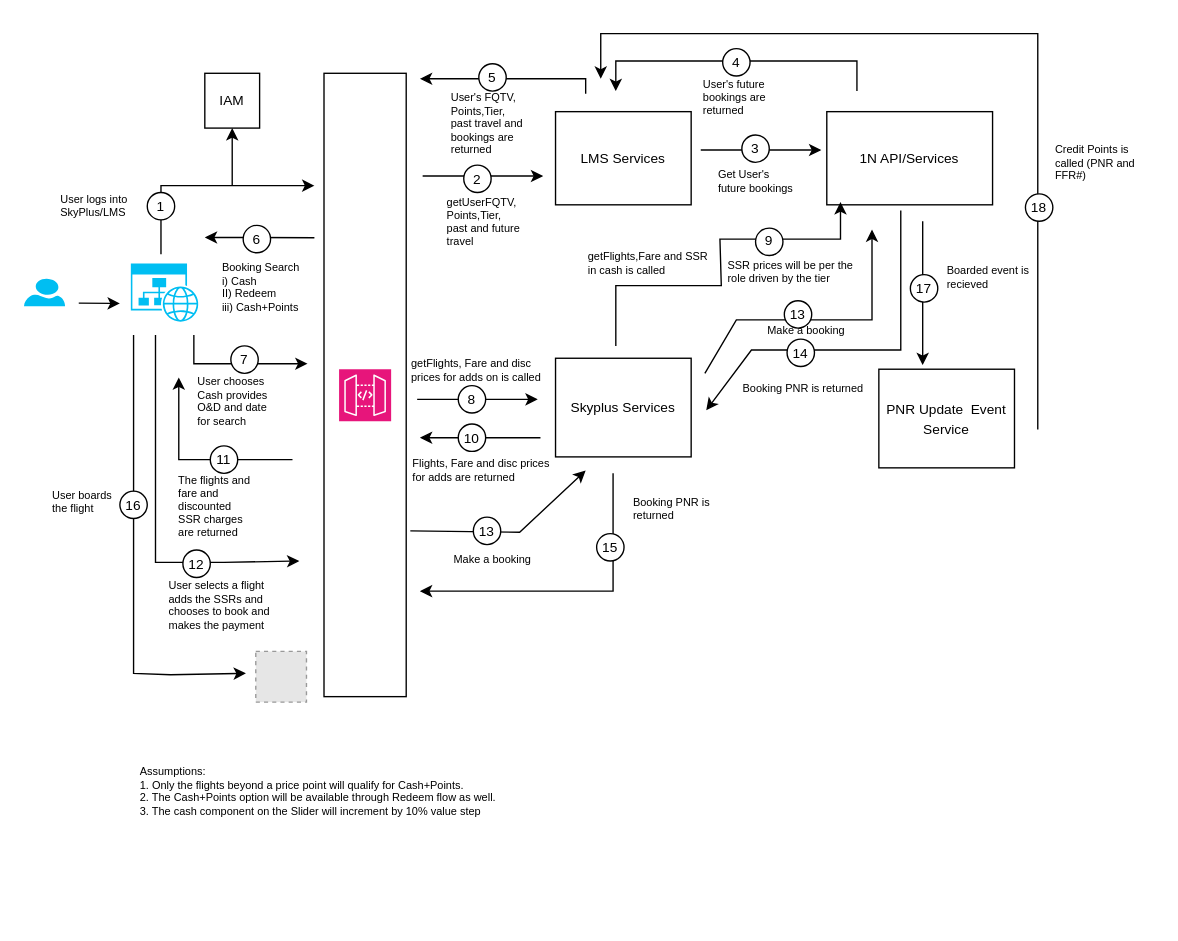
Before: page "Page-1" (1 of 3) of Earn LM Data Flow.drawio in nchauhan4/drawings, a draw.io diagram. Source tidied: cells renumbered, new cells numbered last; positions are measured from the earlier drawing's top-left corner, leaving out a move shared by most shapes. Both pictures are drawn from the tidied source at 137%, with x=0, y=0 at pixel (23, 33). Pictures stored in the file or linked from it are replaced by grey dashed boxes.
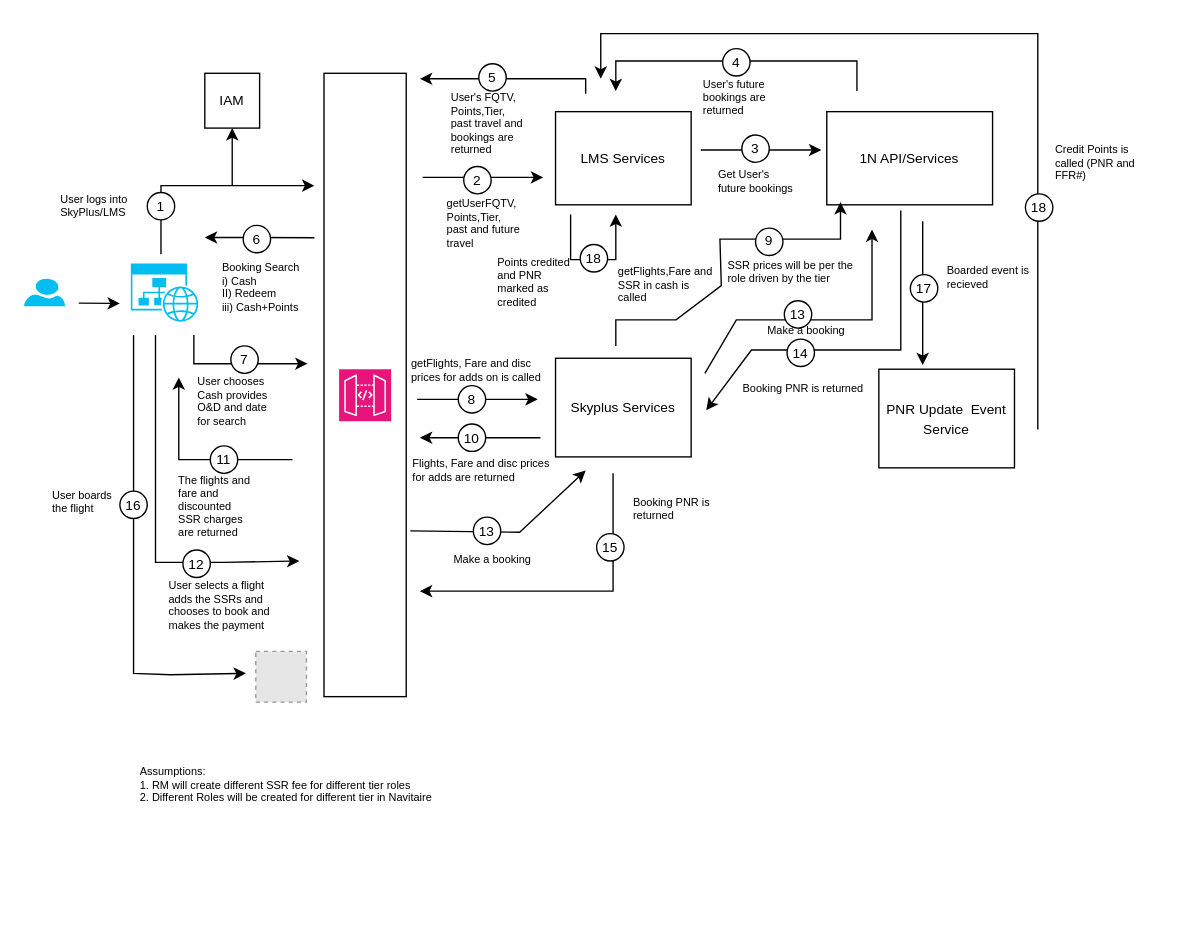
Above is the later version.

Change to the diagram source:
```diff
@@
     <mxCell id="23" style="endArrow=classic;html=1;rounded=0;" parent="1" edge="1">
       <mxGeometry relative="1" as="geometry">
-        <mxPoint x="291" y="104" as="sourcePoint" />
-        <mxPoint x="379" y="104" as="targetPoint" />
+        <mxPoint x="291" y="105" as="sourcePoint" />
+        <mxPoint x="379" y="105" as="targetPoint" />
       </mxGeometry>
     </mxCell>
@@
     <mxCell id="25" style="ellipse;whiteSpace=wrap;html=1;" parent="1" vertex="1">
-      <mxGeometry x="321" y="96" width="20" height="20" as="geometry" />
+      <mxGeometry x="321" y="97" width="20" height="20" as="geometry" />
     </mxCell>
     <mxCell id="26" value="&lt;font style=&quot;font-size: 10px;&quot;&gt;2&lt;/font&gt;" style="text;html=1;strokeColor=none;fillColor=none;align=center;verticalAlign=middle;whiteSpace=wrap;rounded=0;" parent="1" vertex="1">
-      <mxGeometry x="316" y="96" width="30" height="20" as="geometry" />
+      <mxGeometry x="316" y="97" width="30" height="20" as="geometry" />
     </mxCell>
     <mxCell id="27" value="getUserFQTV, Points,Tier, past and future travel" style="text;html=1;strokeColor=none;fillColor=none;align=left;verticalAlign=top;whiteSpace=wrap;rounded=0;fontSize=8;" parent="1" vertex="1">
-      <mxGeometry x="306.8" y="112" width="58.5" height="53" as="geometry" />
+      <mxGeometry x="306.8" y="113" width="58.5" height="53" as="geometry" />
     </mxCell>
     <mxCell id="28" value="getFlights,Fare and SSR in cash is called" style="text;html=1;strokeColor=none;fillColor=none;align=left;verticalAlign=top;whiteSpace=wrap;rounded=0;fontSize=8;" parent="1" vertex="1">
-      <mxGeometry x="410" y="152" width="94.8" height="33" as="geometry" />
+      <mxGeometry x="432" y="163" width="72.8" height="33" as="geometry" />
     </mxCell>
@@
     <mxCell id="38" style="endArrow=classic;html=1;rounded=0;" parent="1" edge="1">
       <mxGeometry relative="1" as="geometry">
         <mxPoint x="432" y="228" as="sourcePoint" />
         <mxPoint x="596" y="123" as="targetPoint" />
         <Array as="points">
-          <mxPoint x="432" y="184" />
-          <mxPoint x="475" y="184" />
+          <mxPoint x="432" y="209" />
+          <mxPoint x="476" y="209" />
           <mxPoint x="509" y="184" />
           <mxPoint x="508" y="150" />
           <mxPoint x="596" y="150" />
         </Array>
       </mxGeometry>
     </mxCell>
@@
-    <mxCell id="55" value="Assumptions:&lt;br&gt;1. Only the flights beyond a price point will qualify for Cash+Points.&lt;br&gt;2. The Cash+Points option will be available through Redeem flow as well.&lt;br&gt;3. The cash component on the Slider will increment by 10% value step&amp;nbsp; &amp;nbsp;" style="text;html=1;strokeColor=none;fillColor=none;align=left;verticalAlign=top;whiteSpace=wrap;rounded=0;fontSize=8;" parent="1" vertex="1">
+    <mxCell id="55" value="Assumptions:&lt;br&gt;1. RM will create different SSR fee for different tier roles&lt;br&gt;2. Different Roles will be created for different tier in Navitaire&lt;br&gt;&amp;nbsp; &amp;nbsp;&amp;nbsp;" style="text;html=1;strokeColor=none;fillColor=none;align=left;verticalAlign=top;whiteSpace=wrap;rounded=0;fontSize=8;" parent="1" vertex="1">
       <mxGeometry x="83" y="528" width="275.2" height="117" as="geometry" />
     </mxCell>
@@
     <mxCell id="90" value="&lt;font style=&quot;font-size: 10px;&quot;&gt;18&lt;/font&gt;" style="text;html=1;strokeColor=none;fillColor=none;align=center;verticalAlign=middle;whiteSpace=wrap;rounded=0;" parent="1" vertex="1">
-      <mxGeometry x="726" y="117" width="30" height="20" as="geometry" />
+      <mxGeometry x="729" y="121" width="24" height="12" as="geometry" />
     </mxCell>
@@
+    <mxCell id="92" style="endArrow=classic;html=1;rounded=0;" parent="1" edge="1">
+      <mxGeometry relative="1" as="geometry">
+        <mxPoint x="399" y="132" as="sourcePoint" />
+        <mxPoint x="432" y="132" as="targetPoint" />
+        <Array as="points">
+          <mxPoint x="399" y="165" />
+          <mxPoint x="432" y="165" />
+        </Array>
+      </mxGeometry>
+    </mxCell>
+    <mxCell id="93" style="ellipse;whiteSpace=wrap;html=1;" parent="1" vertex="1">
+      <mxGeometry x="406" y="154" width="20" height="20" as="geometry" />
+    </mxCell>
+    <mxCell id="94" value="&lt;font style=&quot;font-size: 10px;&quot;&gt;18&lt;/font&gt;" style="text;html=1;strokeColor=none;fillColor=none;align=center;verticalAlign=middle;whiteSpace=wrap;rounded=0;" parent="1" vertex="1">
+      <mxGeometry x="404" y="158" width="24" height="12" as="geometry" />
+    </mxCell>
+    <mxCell id="95" value="Points credited and PNR marked as credited" style="text;html=1;strokeColor=none;fillColor=none;align=left;verticalAlign=top;whiteSpace=wrap;rounded=0;fontSize=8;" parent="1" vertex="1">
+      <mxGeometry x="343.8" y="156" width="58.5" height="33" as="geometry" />
+    </mxCell>
```
